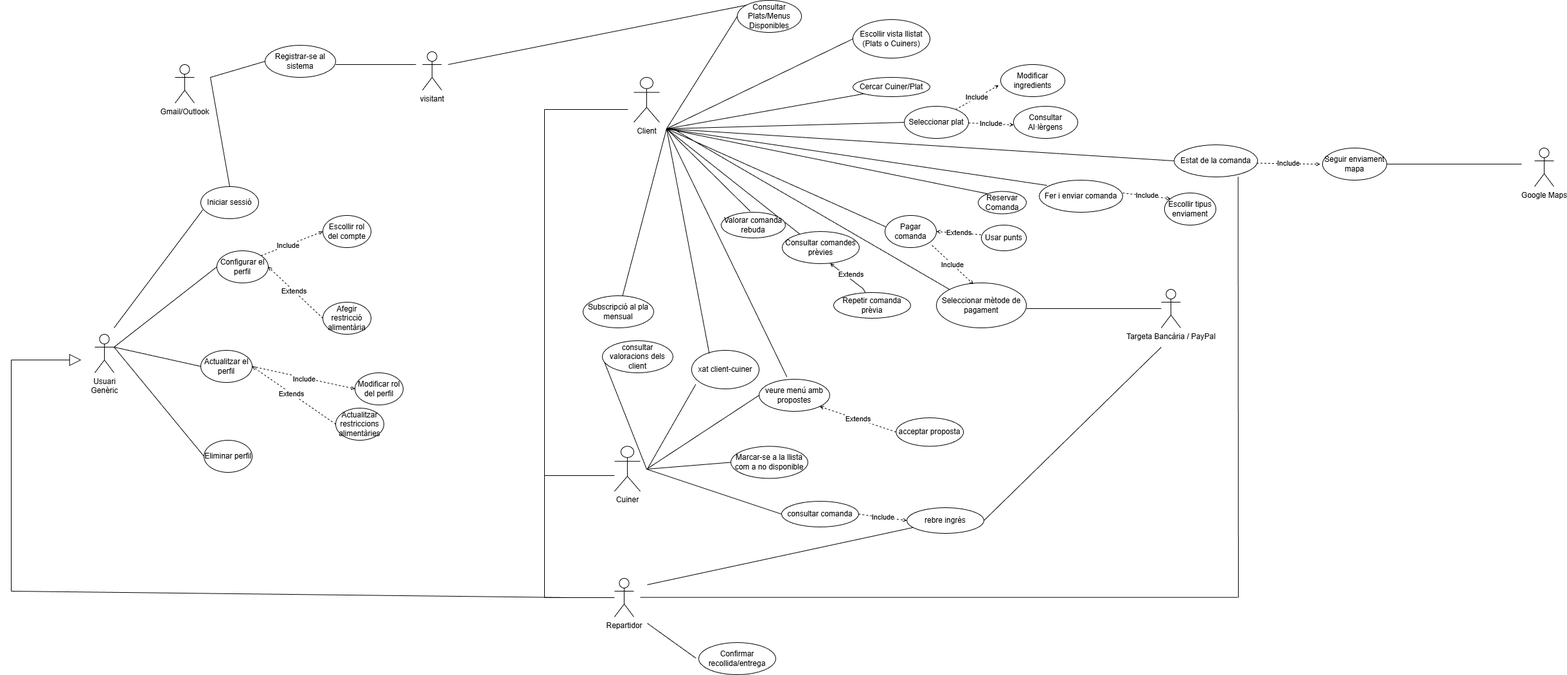
The draw.io diagram Diagrames/Diagrames cas de ús/UML caso de uso global.drawio.png in MarcelPainos/ES26UAB-431-12, before a commit. Source tidied: cells renumbered, new cells last; positions are measured from the earlier drawing's top-left corner, leaving out a move shared by most shapes.
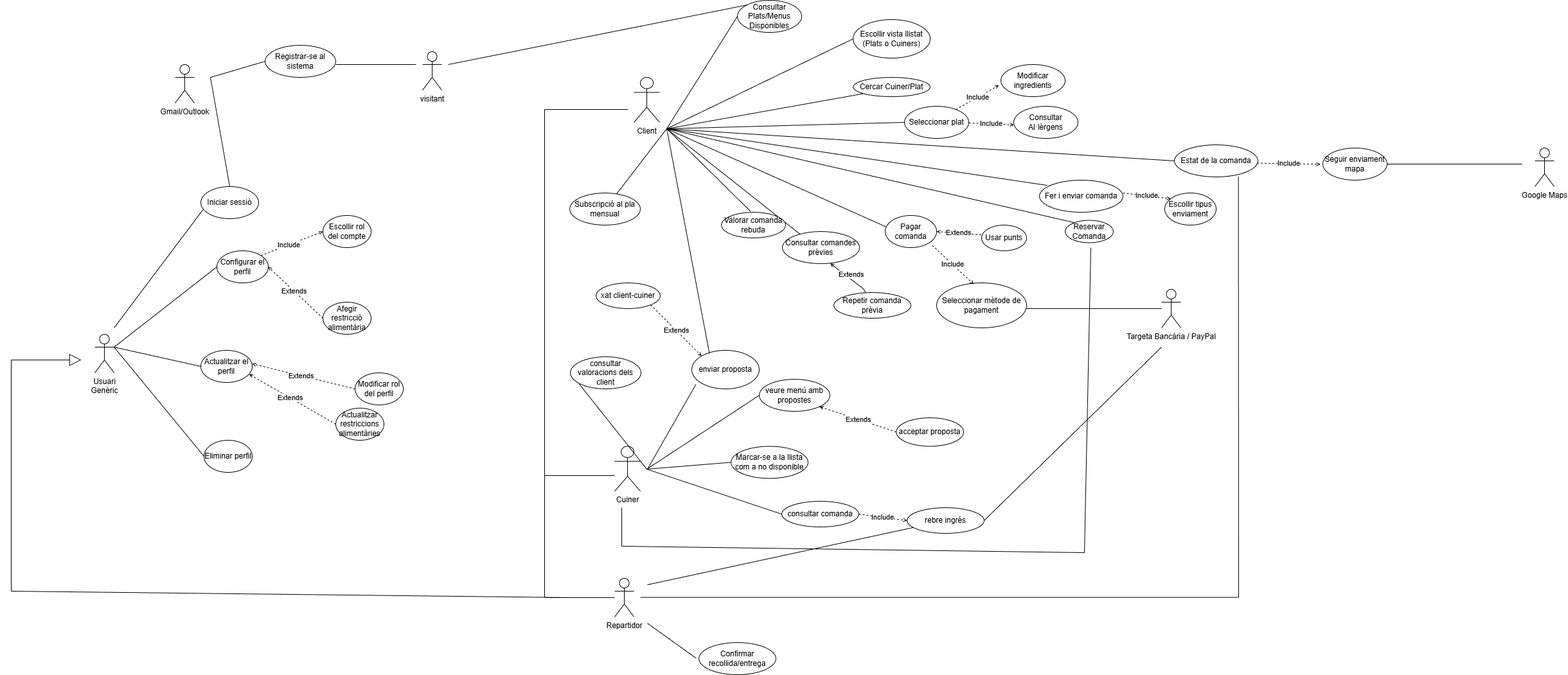
The same diagram one commit later.

The edit, as a diff of the source:
```diff
@@ -48,13 +48,7 @@
         <mxPoint x="650" y="320" as="sourcePoint" />
       </mxGeometry>
     </mxCell>
-    <mxCell id="16" style="edgeStyle=none;shape=connector;rounded=0;jettySize=auto;html=1;exitX=1;exitY=0.5;exitDx=0;exitDy=0;entryX=0;entryY=0.5;entryDx=0;entryDy=0;strokeColor=default;align=center;verticalAlign=middle;fontFamily=Helvetica;fontSize=11;fontColor=default;labelBackgroundColor=default;endArrow=open;endFill=0;endSize=4;dashed=1;" parent="1" edge="1" source="20" target="21">
-      <mxGeometry relative="1" as="geometry" />
-    </mxCell>
-    <mxCell id="17" value="Include" style="edgeLabel;html=1;align=center;verticalAlign=middle;fontFamily=Helvetica;fontSize=11;fontColor=default;labelBackgroundColor=default;rounded=0;strokeColor=default;" parent="16" vertex="1">
-      <mxGeometry x="0.01" y="-2" relative="1" as="geometry" />
-    </mxCell>
-    <mxCell id="18" style="edgeStyle=none;shape=connector;rounded=0;jettySize=auto;html=1;exitX=0;exitY=0.5;exitDx=0;exitDy=0;entryX=1;entryY=0.5;entryDx=0;entryDy=0;strokeColor=default;align=center;verticalAlign=middle;fontFamily=Helvetica;fontSize=11;fontColor=default;labelBackgroundColor=default;endArrow=open;endFill=0;endSize=4;dashed=1;" parent="1" edge="1" source="22" target="20">
+    <mxCell id="18" style="edgeStyle=none;shape=connector;rounded=0;jettySize=auto;html=1;exitX=0;exitY=0.5;exitDx=0;exitDy=0;entryX=0.94;entryY=0.744;entryDx=0;entryDy=0;strokeColor=default;align=center;verticalAlign=middle;fontFamily=Helvetica;fontSize=11;fontColor=default;labelBackgroundColor=default;endArrow=open;endFill=0;endSize=4;dashed=1;entryPerimeter=0;" parent="1" edge="1" source="22" target="20">
       <mxGeometry relative="1" as="geometry" />
     </mxCell>
     <mxCell id="19" value="Extends" style="edgeLabel;html=1;align=center;verticalAlign=middle;fontFamily=Helvetica;fontSize=11;fontColor=default;labelBackgroundColor=default;rounded=0;strokeColor=default;" parent="18" vertex="1">
@@ -94,7 +88,7 @@
       </mxGeometry>
     </mxCell>
     <mxCell id="29" value="consultar valoracions dels client" style="ellipse;whiteSpace=wrap;html=1;" parent="1" vertex="1">
-      <mxGeometry x="920" y="530" width="110" height="50" as="geometry" />
+      <mxGeometry x="870" y="555" width="110" height="50" as="geometry" />
     </mxCell>
     <mxCell id="30" style="endArrow=none;html=1;rounded=0;exitX=0;exitY=0.5;exitDx=0;exitDy=0;" parent="1" edge="1" source="31">
       <mxGeometry relative="1" as="geometry">
@@ -180,7 +174,7 @@
       </mxGeometry>
     </mxCell>
     <mxCell id="53" value="Reservar Comanda" style="ellipse;whiteSpace=wrap;html=1;direction=east;" parent="1" vertex="1">
-      <mxGeometry x="1505" y="297.5" width="75" height="35" as="geometry" />
+      <mxGeometry x="1640" y="342.5" width="75" height="35" as="geometry" />
     </mxCell>
     <mxCell id="54" style="endArrow=none;html=1;rounded=0;entryX=0.193;entryY=0.106;entryDx=0;entryDy=0;entryPerimeter=0;exitX=0.193;exitY=0.106;exitDx=0;exitDy=0;exitPerimeter=0;" parent="1" edge="1" target="53">
       <mxGeometry relative="1" as="geometry">
@@ -210,11 +204,6 @@
     <mxCell id="60" value="Seleccionar mètode de pagament" style="ellipse;whiteSpace=wrap;html=1;" parent="1" vertex="1">
       <mxGeometry x="1440" y="440" width="140" height="70" as="geometry" />
     </mxCell>
-    <mxCell id="61" style="endArrow=none;html=1;rounded=0;entryX=0;entryY=0;entryDx=0;entryDy=0;exitX=0;exitY=0;exitDx=0;exitDy=0;" parent="1" edge="1" target="60">
-      <mxGeometry relative="1" as="geometry">
-        <mxPoint x="1030" y="200" as="sourcePoint" />
-      </mxGeometry>
-    </mxCell>
     <mxCell id="62" value="Include" style="endArrow=open;endSize=4;endFill=0;html=1;rounded=0;exitX=0.916;exitY=0.93;exitDx=0;exitDy=0;exitPerimeter=0;entryX=0.411;entryY=0.028;entryDx=0;entryDy=0;entryPerimeter=0;strokeColor=default;align=center;verticalAlign=middle;fontFamily=Helvetica;fontSize=11;fontColor=default;labelBackgroundColor=default;dashed=1;" parent="1" edge="1" source="59" target="60">
       <mxGeometry relative="1" as="geometry" />
     </mxCell>
@@ -255,7 +244,7 @@
       </mxGeometry>
     </mxCell>
     <mxCell id="71" value="Subscripció al pla mensual" style="ellipse;whiteSpace=wrap;html=1;" parent="1" vertex="1">
-      <mxGeometry x="890" y="460" width="110" height="50" as="geometry" />
+      <mxGeometry x="869" y="300" width="110" height="50" as="geometry" />
     </mxCell>
     <mxCell id="72" style="endArrow=none;html=1;rounded=0;" parent="1" edge="1" source="71">
       <mxGeometry relative="1" as="geometry">
@@ -278,11 +267,6 @@
         <mxPoint x="990" y="910" as="sourcePoint" />
       </mxGeometry>
     </mxCell>
-    <mxCell id="77" style="endArrow=none;html=1;rounded=0;exitX=0.393;exitY=-0.076;exitDx=0;exitDy=0;exitPerimeter=0;" parent="1" edge="1" source="31">
-      <mxGeometry relative="1" as="geometry">
-        <mxPoint x="1020" y="200" as="targetPoint" />
-      </mxGeometry>
-    </mxCell>
     <mxCell id="78" style="endArrow=none;html=1;rounded=0;" parent="1" edge="1">
       <mxGeometry relative="1" as="geometry">
         <mxPoint x="830" y="930" as="sourcePoint" />
@@ -365,7 +349,7 @@
         <mxPoint x="1909" y="929.7" as="targetPoint" />
       </mxGeometry>
     </mxCell>
-    <mxCell id="94" value="xat client-cuiner" style="ellipse;whiteSpace=wrap;html=1;" parent="1" vertex="1">
+    <mxCell id="94" value="enviar proposta" style="ellipse;whiteSpace=wrap;html=1;" parent="1" vertex="1">
       <mxGeometry x="1059" y="545" width="105" height="60" as="geometry" />
     </mxCell>
     <mxCell id="95" style="endArrow=none;html=1;rounded=0;entryX=0.061;entryY=0.883;entryDx=0;entryDy=0;entryPerimeter=0;" parent="1" edge="1" target="94">
@@ -411,5 +395,37 @@
     <mxCell id="103" value="Usar punts" style="ellipse;whiteSpace=wrap;html=1;" parent="1" vertex="1">
       <mxGeometry x="1510" y="350" width="70" height="40" as="geometry" />
     </mxCell>
+    <mxCell id="104" value="Extends" style="endArrow=open;endSize=4;endFill=0;html=1;rounded=0;strokeColor=default;align=center;verticalAlign=middle;fontFamily=Helvetica;fontSize=11;fontColor=default;labelBackgroundColor=default;dashed=1;exitX=1;exitY=1;exitDx=0;exitDy=0;entryX=0;entryY=0;entryDx=0;entryDy=0;" parent="1" edge="1" source="105" target="94">
+      <mxGeometry relative="1" as="geometry" />
+    </mxCell>
+    <mxCell id="105" value="xat client-cuiner" style="ellipse;whiteSpace=wrap;html=1;" parent="1" vertex="1">
+      <mxGeometry x="910" y="440" width="100" height="40" as="geometry" />
+    </mxCell>
+    <mxCell id="106" style="edgeStyle=none;shape=connector;rounded=0;jettySize=auto;html=1;exitX=0;exitY=0.5;exitDx=0;exitDy=0;entryX=0.94;entryY=0.744;entryDx=0;entryDy=0;strokeColor=default;align=center;verticalAlign=middle;fontFamily=Helvetica;fontSize=11;fontColor=default;labelBackgroundColor=default;endArrow=open;endFill=0;endSize=4;dashed=1;entryPerimeter=0;" parent="1" edge="1" source="21">
+      <mxGeometry relative="1" as="geometry">
+        <mxPoint x="375" y="566" as="targetPoint" />
+      </mxGeometry>
+    </mxCell>
+    <mxCell id="107" value="Extends" style="edgeLabel;html=1;align=center;verticalAlign=middle;fontFamily=Helvetica;fontSize=11;fontColor=default;labelBackgroundColor=default;rounded=0;strokeColor=default;" parent="106" vertex="1">
+      <mxGeometry x="0.06" relative="1" as="geometry" />
+    </mxCell>
+    <mxCell id="108" style="endArrow=none;html=1;rounded=0;" parent="1" edge="1">
+      <mxGeometry relative="1" as="geometry">
+        <mxPoint x="1670" y="860" as="sourcePoint" />
+        <mxPoint x="1680" y="385" as="targetPoint" />
+      </mxGeometry>
+    </mxCell>
+    <mxCell id="109" style="endArrow=none;html=1;rounded=0;" parent="1" edge="1">
+      <mxGeometry relative="1" as="geometry">
+        <mxPoint x="950" y="850" as="sourcePoint" />
+        <mxPoint x="1670" y="860" as="targetPoint" />
+      </mxGeometry>
+    </mxCell>
+    <mxCell id="110" style="endArrow=none;html=1;rounded=0;" parent="1" edge="1">
+      <mxGeometry relative="1" as="geometry">
+        <mxPoint x="950" y="850" as="sourcePoint" />
+        <mxPoint x="950" y="790" as="targetPoint" />
+      </mxGeometry>
+    </mxCell>
   </root>
 </mxGraphModel>
```
